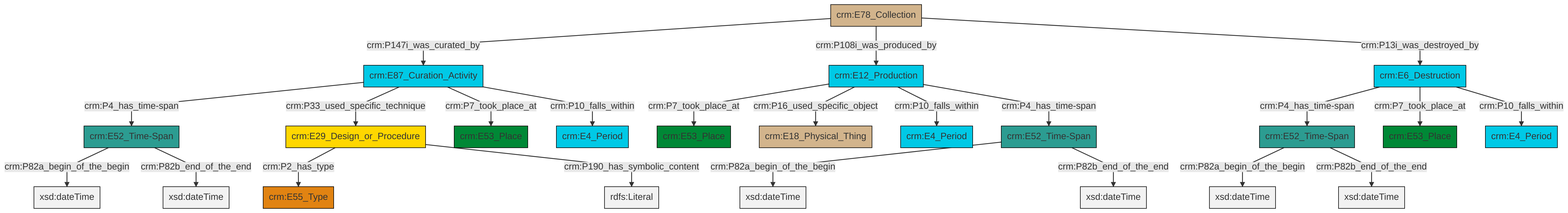
Earlier version of the Mermaid export et/archivalCSV/ttl/mmd/png/archival_existence.png (swiss-art-research-net/docs.swissartresearch). Its source is kept beside it as et/archivalCSV/ttl/mmd/archival_existence.ttl.mmd.
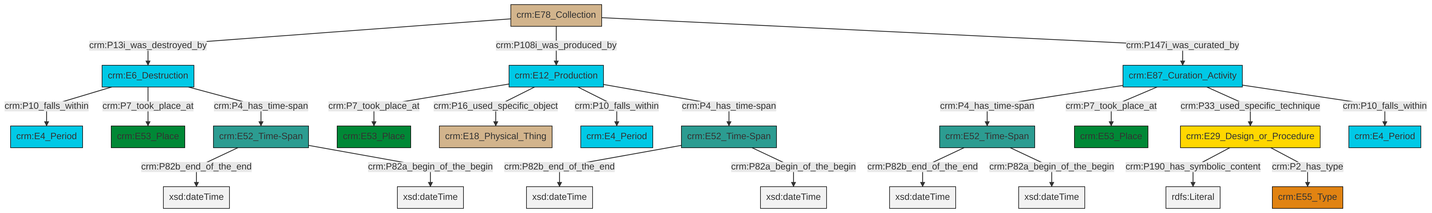
Later version of the same file.

What changed in the source:
```diff
@@ -13,25 +13,25 @@
 classDef PC_Classes fill:#4ce600, stroke:#000000;
 classDef Multi fill:#cccccc,stroke:#000000;
 
-2["crm:E52_Time-Span"]:::Time-Span -->|crm:P82a_begin_of_the_begin| 3[xsd:dateTime]:::Literal
-4["crm:E78_Collection"]:::Physical_Thing -->|crm:P147i_was_curated_by| 5["crm:E87_Curation_Activity"]:::Temporal_Entity
-5["crm:E87_Curation_Activity"]:::Temporal_Entity -->|crm:P4_has_time-span| 6["crm:E52_Time-Span"]:::Time-Span
-11["crm:E12_Production"]:::Temporal_Entity -->|crm:P7_took_place_at| 12["crm:E53_Place"]:::Place
-4["crm:E78_Collection"]:::Physical_Thing -->|crm:P108i_was_produced_by| 11["crm:E12_Production"]:::Temporal_Entity
-15["crm:E29_Design_or_Procedure"]:::Conceptual_Object -->|crm:P2_has_type| 16["crm:E55_Type"]:::Type
-9["crm:E52_Time-Span"]:::Time-Span -->|crm:P82a_begin_of_the_begin| 19[xsd:dateTime]:::Literal
-5["crm:E87_Curation_Activity"]:::Temporal_Entity -->|crm:P33_used_specific_technique| 15["crm:E29_Design_or_Procedure"]:::Conceptual_Object
-17["crm:E6_Destruction"]:::Temporal_Entity -->|crm:P4_has_time-span| 2["crm:E52_Time-Span"]:::Time-Span
-4["crm:E78_Collection"]:::Physical_Thing -->|crm:P13i_was_destroyed_by| 17["crm:E6_Destruction"]:::Temporal_Entity
+0["crm:E6_Destruction"]:::Temporal_Entity -->|crm:P10_falls_within| 1["crm:E4_Period"]:::Temporal_Entity
+2["crm:E78_Collection"]:::Physical_Thing -->|crm:P13i_was_destroyed_by| 0["crm:E6_Destruction"]:::Temporal_Entity
+6["crm:E52_Time-Span"]:::Time-Span -->|crm:P82b_end_of_the_end| 7[xsd:dateTime]:::Literal
+2["crm:E78_Collection"]:::Physical_Thing -->|crm:P108i_was_produced_by| 9["crm:E12_Production"]:::Temporal_Entity
+0["crm:E6_Destruction"]:::Temporal_Entity -->|crm:P7_took_place_at| 10["crm:E53_Place"]:::Place
+0["crm:E6_Destruction"]:::Temporal_Entity -->|crm:P4_has_time-span| 6["crm:E52_Time-Span"]:::Time-Span
+13["crm:E87_Curation_Activity"]:::Temporal_Entity -->|crm:P4_has_time-span| 14["crm:E52_Time-Span"]:::Time-Span
+16["crm:E29_Design_or_Procedure"]:::Conceptual_Object -->|crm:P190_has_symbolic_content| 17[rdfs:Literal]:::Literal
+9["crm:E12_Production"]:::Temporal_Entity -->|crm:P7_took_place_at| 18["crm:E53_Place"]:::Place
+9["crm:E12_Production"]:::Temporal_Entity -->|crm:P16_used_specific_object| 20["crm:E18_Physical_Thing"]:::Physical_Thing
 6["crm:E52_Time-Span"]:::Time-Span -->|crm:P82a_begin_of_the_begin| 23[xsd:dateTime]:::Literal
-5["crm:E87_Curation_Activity"]:::Temporal_Entity -->|crm:P7_took_place_at| 24["crm:E53_Place"]:::Place
-5["crm:E87_Curation_Activity"]:::Temporal_Entity -->|crm:P10_falls_within| 25["crm:E4_Period"]:::Temporal_Entity
-15["crm:E29_Design_or_Procedure"]:::Conceptual_Object -->|crm:P190_has_symbolic_content| 26[rdfs:Literal]:::Literal
-2["crm:E52_Time-Span"]:::Time-Span -->|crm:P82b_end_of_the_end| 27[xsd:dateTime]:::Literal
-11["crm:E12_Production"]:::Temporal_Entity -->|crm:P16_used_specific_object| 29["crm:E18_Physical_Thing"]:::Physical_Thing
-9["crm:E52_Time-Span"]:::Time-Span -->|crm:P82b_end_of_the_end| 33[xsd:dateTime]:::Literal
-11["crm:E12_Production"]:::Temporal_Entity -->|crm:P10_falls_within| 0["crm:E4_Period"]:::Temporal_Entity
-17["crm:E6_Destruction"]:::Temporal_Entity -->|crm:P7_took_place_at| 7["crm:E53_Place"]:::Place
-11["crm:E12_Production"]:::Temporal_Entity -->|crm:P4_has_time-span| 9["crm:E52_Time-Span"]:::Time-Span
-17["crm:E6_Destruction"]:::Temporal_Entity -->|crm:P10_falls_within| 36["crm:E4_Period"]:::Temporal_Entity
-6["crm:E52_Time-Span"]:::Time-Span -->|crm:P82b_end_of_the_end| 38[xsd:dateTime]:::Literal
+2["crm:E78_Collection"]:::Physical_Thing -->|crm:P147i_was_curated_by| 13["crm:E87_Curation_Activity"]:::Temporal_Entity
+16["crm:E29_Design_or_Procedure"]:::Conceptual_Object -->|crm:P2_has_type| 21["crm:E55_Type"]:::Type
+14["crm:E52_Time-Span"]:::Time-Span -->|crm:P82b_end_of_the_end| 27[xsd:dateTime]:::Literal
+31["crm:E52_Time-Span"]:::Time-Span -->|crm:P82b_end_of_the_end| 32[xsd:dateTime]:::Literal
+31["crm:E52_Time-Span"]:::Time-Span -->|crm:P82a_begin_of_the_begin| 34[xsd:dateTime]:::Literal
+9["crm:E12_Production"]:::Temporal_Entity -->|crm:P10_falls_within| 29["crm:E4_Period"]:::Temporal_Entity
+9["crm:E12_Production"]:::Temporal_Entity -->|crm:P4_has_time-span| 31["crm:E52_Time-Span"]:::Time-Span
+13["crm:E87_Curation_Activity"]:::Temporal_Entity -->|crm:P7_took_place_at| 36["crm:E53_Place"]:::Place
+13["crm:E87_Curation_Activity"]:::Temporal_Entity -->|crm:P33_used_specific_technique| 16["crm:E29_Design_or_Procedure"]:::Conceptual_Object
+13["crm:E87_Curation_Activity"]:::Temporal_Entity -->|crm:P10_falls_within| 4["crm:E4_Period"]:::Temporal_Entity
+14["crm:E52_Time-Span"]:::Time-Span -->|crm:P82a_begin_of_the_begin| 38[xsd:dateTime]:::Literal
```
